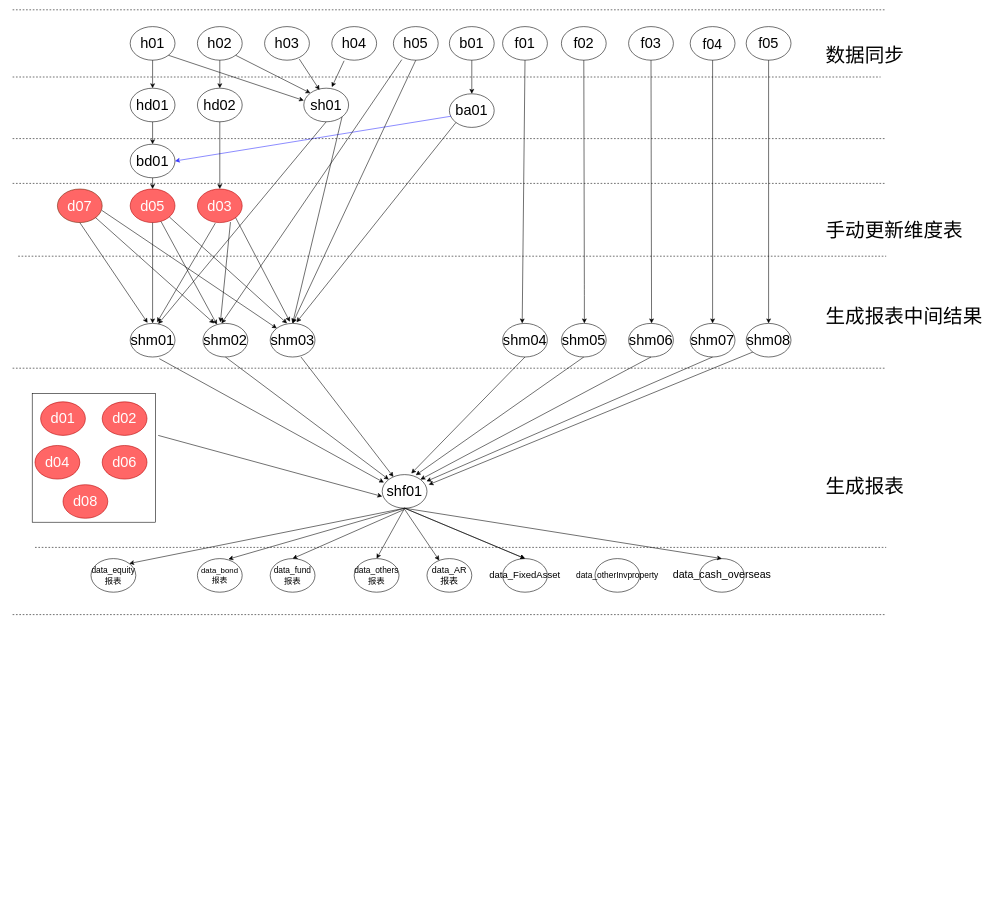
The draw.io diagram taskTreeChat.drawio in gebifeixiang/investment, before the edit. Source tidied: cells renumbered, new cells numbered last; positions are measured from the earlier drawing's top-left corner, leaving out a move shared by most shapes. Both pictures are drawn from the tidied source at 56%, with x=0, y=0 at pixel (12, 10).
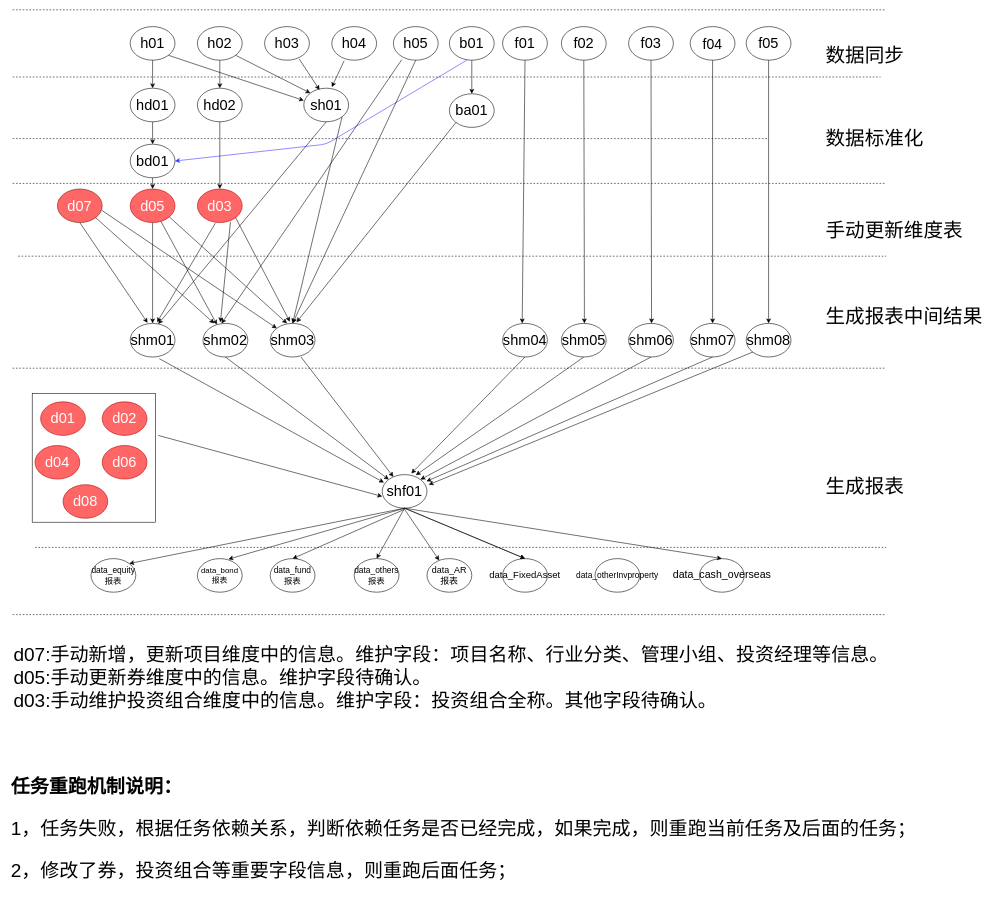
After the change.

The change refers to these unchanged cells:
```xml
<mxCell id="16" value="&lt;font style=&quot;font-size: 26px&quot;&gt;ba01&lt;/font&gt;" style="ellipse;whiteSpace=wrap;html=1;" parent="1" vertex="1">
  <mxGeometry x="780" y="150" width="80" height="60" as="geometry" />
</mxCell>
<mxCell id="33" value="&lt;font style=&quot;font-size: 26px&quot;&gt;bd01&lt;/font&gt;" style="ellipse;whiteSpace=wrap;html=1;" parent="1" vertex="1">
  <mxGeometry x="210" y="240" width="80" height="60" as="geometry" />
</mxCell>
```

Change to the diagram source:
```diff
@@
-    <mxCell id="45" style="endArrow=classic;html=1;exitX=0.038;exitY=0.667;exitDx=0;exitDy=0;exitPerimeter=0;entryX=1;entryY=0.5;entryDx=0;entryDy=0;strokeColor=#3333FF;" parent="1" edge="1" source="16" target="33">
-      <mxGeometry relative="1" as="geometry" />
+    <mxCell id="45" style="endArrow=classic;html=1;entryX=1;entryY=0.5;entryDx=0;entryDy=0;strokeColor=#3333FF;" parent="1" edge="1" target="33">
+      <mxGeometry relative="1" as="geometry">
+        <mxPoint x="811" y="90" as="sourcePoint" />
+        <Array as="points">
+          <mxPoint x="560" y="240" />
+        </Array>
+      </mxGeometry>
     </mxCell>
@@
     <mxCell id="91" style="endArrow=none;dashed=1;html=1;" parent="1" edge="1">
       <mxGeometry relative="1" as="geometry">
         <mxPoint y="230" as="sourcePoint" />
-        <mxPoint x="1560" y="230" as="targetPoint" />
+        <mxPoint x="1350" y="230" as="targetPoint" />
       </mxGeometry>
     </mxCell>
@@
+    <mxCell id="103" value="&lt;font style=&quot;font-size: 35px&quot;&gt;数据标准化&lt;/font&gt;" style="text;html=1;align=left;verticalAlign=top;spacingTop=-4;" parent="1" vertex="1">
+      <mxGeometry x="1450" y="206" width="190" height="20" as="geometry" />
+    </mxCell>
+    <mxCell id="104" value="&lt;p style=&quot;font-size: 34px&quot;&gt;&lt;b&gt;&lt;font style=&quot;font-size: 34px&quot;&gt;任务重跑机制说明：&lt;/font&gt;&lt;/b&gt;&lt;/p&gt;&lt;p style=&quot;font-size: 34px&quot;&gt;&lt;span&gt;&lt;font style=&quot;font-size: 34px&quot;&gt;1，任务失败，根据任务依赖关系，判断依赖任务是否已经完成，如果完成，则重跑当前任务及后面的任务；&lt;/font&gt;&lt;/span&gt;&lt;/p&gt;&lt;p style=&quot;font-size: 34px&quot;&gt;&lt;font style=&quot;font-size: 34px&quot;&gt;2，修改了券，投资组合等重要字段信息，则重跑后面任务；&lt;/font&gt;&lt;/p&gt;" style="text;html=1;align=left;verticalAlign=top;spacingTop=-4;" parent="1" vertex="1">
+      <mxGeometry x="-5" y="1330" width="1630" height="180" as="geometry" />
+    </mxCell>
+    <mxCell id="105" value="&lt;font style=&quot;font-size: 34px&quot;&gt;d07:手动新增，更新项目维度中的信息。维护字段：项目名称、行业分类、管理小组、投资经理等信息。&lt;br&gt;d05:手动更新券维度中的信息。维护字段待确认。&lt;br&gt;d03:手动维护投资组合维度中的信息。维护字段：投资组合全称。其他字段待确认。&lt;br&gt;&lt;/font&gt;" style="text;html=1;align=left;verticalAlign=top;spacingTop=-4;" parent="1" vertex="1">
+      <mxGeometry y="1128.5" width="1580" height="70" as="geometry" />
+    </mxCell>
```
